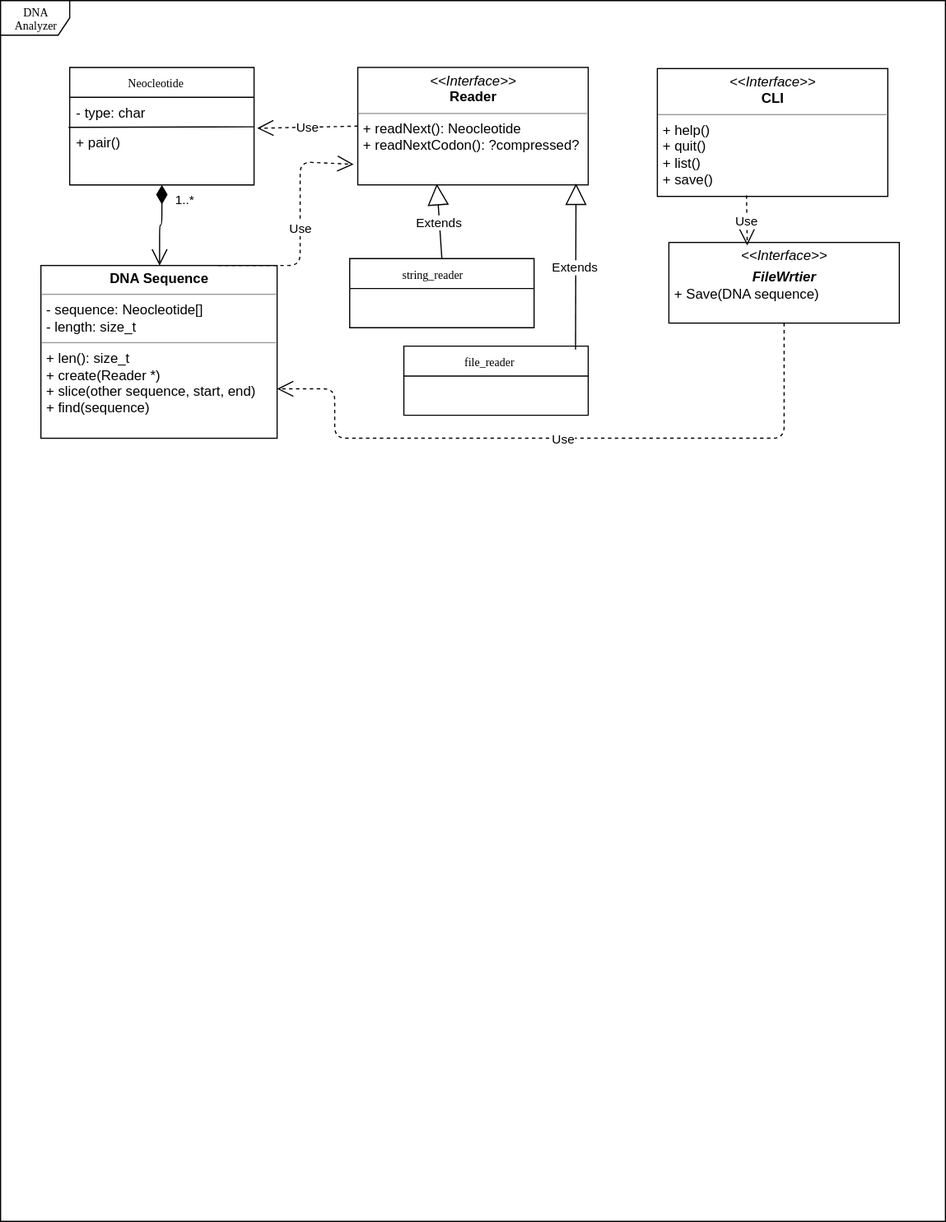
Earlier version of the draw.io export class Diagram.svg (darthc9/DNA_analyzer). Source tidied: cells renumbered, new cells last; positions are measured from the earlier drawing's top-left corner, leaving out a move shared by most shapes.
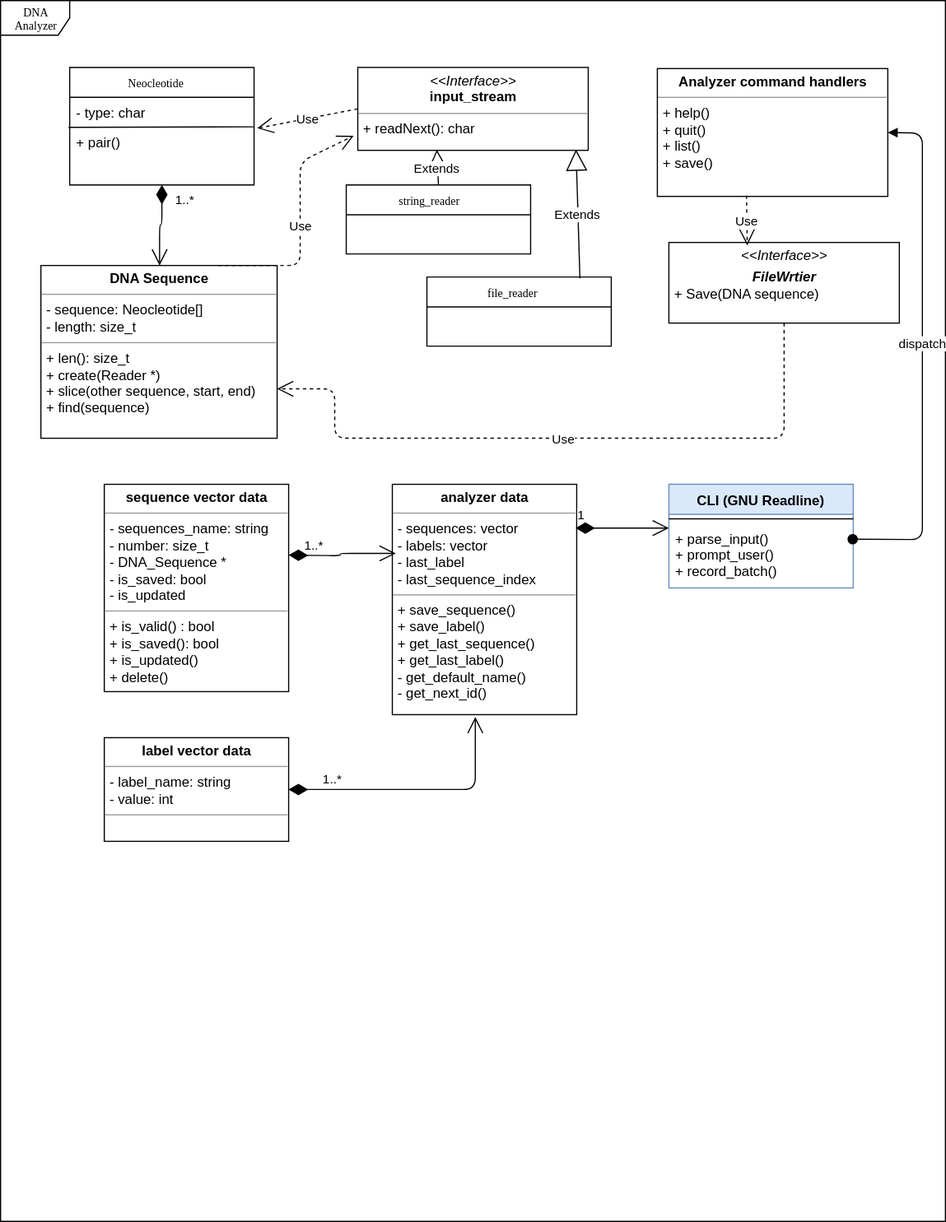
Above is the later version.

Diff of the diagram source:
```diff
@@ -19,13 +19,13 @@
         <mxPoint x="-1" y="52" as="sourcePoint" />
       </mxGeometry>
     </mxCell>
-    <mxCell id="7" value="&lt;p style=&quot;margin: 0px ; margin-top: 4px ; text-align: center&quot;&gt;&lt;i&gt;&amp;lt;&amp;lt;Interface&amp;gt;&amp;gt;&lt;/i&gt;&lt;br&gt;&lt;b&gt;R&lt;/b&gt;&lt;b&gt;eader&lt;/b&gt;&lt;/p&gt;&lt;hr size=&quot;1&quot;&gt;&lt;p style=&quot;margin: 0px ; margin-left: 4px&quot;&gt;+ readNext(): Neocleotide&lt;br&gt;+ readNextCodon(): ?compressed?&lt;/p&gt;" style="verticalAlign=top;align=left;overflow=fill;fontSize=12;fontFamily=Helvetica;html=1;rounded=0;shadow=0;comic=0;labelBackgroundColor=none;strokeColor=#000000;strokeWidth=1;fillColor=#ffffff;" parent="1" vertex="1">
-      <mxGeometry x="310" y="58" width="200" height="102" as="geometry" />
+    <mxCell id="7" value="&lt;p style=&quot;margin: 0px ; margin-top: 4px ; text-align: center&quot;&gt;&lt;i&gt;&amp;lt;&amp;lt;Interface&amp;gt;&amp;gt;&lt;/i&gt;&lt;br&gt;&lt;b&gt;input_stream&lt;/b&gt;&lt;/p&gt;&lt;hr size=&quot;1&quot;&gt;&lt;p style=&quot;margin: 0px ; margin-left: 4px&quot;&gt;+ readNext(): char&lt;br&gt;&lt;br&gt;&lt;/p&gt;" style="verticalAlign=top;align=left;overflow=fill;fontSize=12;fontFamily=Helvetica;html=1;rounded=0;shadow=0;comic=0;labelBackgroundColor=none;strokeColor=#000000;strokeWidth=1;fillColor=#ffffff;" parent="1" vertex="1">
+      <mxGeometry x="310" y="58" width="200" height="72" as="geometry" />
     </mxCell>
     <mxCell id="8" value="&lt;p style=&quot;margin: 0px ; margin-top: 4px ; text-align: center&quot;&gt;&lt;b&gt;DNA Sequence&lt;/b&gt;&lt;/p&gt;&lt;hr size=&quot;1&quot;&gt;&lt;p style=&quot;margin: 0px ; margin-left: 4px&quot;&gt;- sequence: Neocleotide[]&lt;br&gt;- length: size_t&lt;/p&gt;&lt;hr size=&quot;1&quot;&gt;&lt;p style=&quot;margin: 0px ; margin-left: 4px&quot;&gt;+ len(): size_t&lt;br&gt;+ create(Reader *)&lt;/p&gt;&lt;p style=&quot;margin: 0px ; margin-left: 4px&quot;&gt;+ slice(other sequence, start, end)&amp;nbsp;&lt;/p&gt;&lt;p style=&quot;margin: 0px ; margin-left: 4px&quot;&gt;+ find(sequence)&lt;/p&gt;" style="verticalAlign=top;align=left;overflow=fill;fontSize=12;fontFamily=Helvetica;html=1;rounded=0;shadow=0;comic=0;labelBackgroundColor=none;strokeColor=#000000;strokeWidth=1;fillColor=#ffffff;" parent="1" vertex="1">
       <mxGeometry x="35" y="230" width="205" height="150" as="geometry" />
     </mxCell>
-    <mxCell id="9" style="edgeStyle=orthogonalEdgeStyle;rounded=0;html=1;dashed=1;labelBackgroundColor=none;startFill=0;endArrow=open;endFill=0;endSize=10;fontFamily=Verdana;fontSize=10;" parent="1" edge="1" target="x">
+    <mxCell id="9" style="edgeStyle=orthogonalEdgeStyle;rounded=0;html=1;dashed=1;labelBackgroundColor=none;startFill=0;endArrow=open;endFill=0;endSize=10;fontFamily=Verdana;fontSize=10;" parent="1" edge="1">
       <mxGeometry relative="1" as="geometry">
         <mxPoint x="620" y="280" as="sourcePoint" />
       </mxGeometry>
@@ -47,20 +47,18 @@
       </mxGeometry>
     </mxCell>
     <mxCell id="13" value="string_reader" style="swimlane;html=1;fontStyle=0;horizontal=1;startSize=26;fillColor=none;swimlaneFillColor=#ffffff;rounded=0;shadow=0;comic=0;labelBackgroundColor=none;strokeColor=#000000;strokeWidth=1;fontFamily=Verdana;fontSize=10;fontColor=#000000;align=center;" parent="1" vertex="1">
-      <mxGeometry x="303" y="224" width="160" height="60" as="geometry" />
+      <mxGeometry x="300" y="160" width="160" height="60" as="geometry" />
     </mxCell>
     <mxCell id="14" value="Extends" style="endArrow=block;endSize=16;endFill=0;html=1;entryX=0.343;entryY=0.992;entryDx=0;entryDy=0;entryPerimeter=0;exitX=0.5;exitY=0;exitDx=0;exitDy=0;" parent="1" edge="1" source="13" target="7">
       <mxGeometry relative="1" as="geometry" />
     </mxCell>
     <mxCell id="15" value="file_reader" style="swimlane;html=1;fontStyle=0;horizontal=1;startSize=26;fillColor=none;swimlaneFillColor=#ffffff;rounded=0;shadow=0;comic=0;labelBackgroundColor=none;strokeColor=#000000;strokeWidth=1;fontFamily=Verdana;fontSize=10;fontColor=#000000;align=center;" parent="1" vertex="1">
-      <mxGeometry x="350" y="300" width="160" height="60" as="geometry" />
+      <mxGeometry x="370" y="240" width="160" height="60" as="geometry" />
     </mxCell>
-    <mxCell id="16" value="Extends" style="endArrow=block;endSize=16;endFill=0;html=1;entryX=0.947;entryY=0.989;entryDx=0;entryDy=0;entryPerimeter=0;" parent="1" edge="1" target="7">
-      <mxGeometry relative="1" as="geometry">
-        <mxPoint x="499" y="303" as="sourcePoint" />
-      </mxGeometry>
+    <mxCell id="16" value="Extends" style="endArrow=block;endSize=16;endFill=0;html=1;entryX=0.947;entryY=0.989;entryDx=0;entryDy=0;entryPerimeter=0;exitX=0.83;exitY=0.02;exitDx=0;exitDy=0;exitPerimeter=0;" parent="1" edge="1" source="15" target="7">
+      <mxGeometry relative="1" as="geometry" />
     </mxCell>
-    <mxCell id="17" value="&lt;p style=&quot;margin: 0px ; margin-top: 4px ; text-align: center&quot;&gt;&lt;i&gt;&amp;lt;&amp;lt;Interface&amp;gt;&amp;gt;&lt;/i&gt;&lt;br&gt;&lt;b&gt;CLI&lt;/b&gt;&lt;/p&gt;&lt;hr size=&quot;1&quot;&gt;&lt;p style=&quot;margin: 0px ; margin-left: 4px&quot;&gt;+ help()&lt;br&gt;+ quit()&lt;/p&gt;&lt;p style=&quot;margin: 0px ; margin-left: 4px&quot;&gt;+ list()&lt;/p&gt;&lt;p style=&quot;margin: 0px ; margin-left: 4px&quot;&gt;+ save()&lt;/p&gt;" style="verticalAlign=top;align=left;overflow=fill;fontSize=12;fontFamily=Helvetica;html=1;rounded=0;shadow=0;comic=0;labelBackgroundColor=none;strokeColor=#000000;strokeWidth=1;fillColor=#ffffff;" parent="1" vertex="1">
+    <mxCell id="17" value="&lt;p style=&quot;margin: 0px ; margin-top: 4px ; text-align: center&quot;&gt;&lt;b&gt;Analyzer command handlers&lt;/b&gt;&lt;/p&gt;&lt;hr size=&quot;1&quot;&gt;&lt;p style=&quot;margin: 0px ; margin-left: 4px&quot;&gt;+ help()&lt;br&gt;+ quit()&lt;/p&gt;&lt;p style=&quot;margin: 0px ; margin-left: 4px&quot;&gt;+ list()&lt;/p&gt;&lt;p style=&quot;margin: 0px ; margin-left: 4px&quot;&gt;+ save()&lt;/p&gt;" style="verticalAlign=top;align=left;overflow=fill;fontSize=12;fontFamily=Helvetica;html=1;rounded=0;shadow=0;comic=0;labelBackgroundColor=none;strokeColor=#000000;strokeWidth=1;fillColor=#ffffff;" parent="1" vertex="1">
       <mxGeometry x="570" y="59" width="200" height="111" as="geometry" />
     </mxCell>
     <mxCell id="18" value="&lt;p style=&quot;margin: 0px ; margin-top: 4px ; text-align: center&quot;&gt;&lt;i&gt;&amp;lt;&amp;lt;Interface&amp;gt;&amp;gt;&lt;/i&gt;&lt;br&gt;&lt;/p&gt;&lt;p style=&quot;margin: 0px ; margin-top: 4px ; text-align: center&quot;&gt;&lt;i&gt;&lt;b&gt;FileWrtier&lt;/b&gt;&lt;/i&gt;&lt;/p&gt;&lt;p style=&quot;margin: 0px ; margin-left: 4px&quot;&gt;+ Save(DNA sequence)&lt;br&gt;&lt;/p&gt;" style="verticalAlign=top;align=left;overflow=fill;fontSize=12;fontFamily=Helvetica;html=1;rounded=0;shadow=0;comic=0;labelBackgroundColor=none;strokeColor=#000000;strokeWidth=1;fillColor=#ffffff;" parent="1" vertex="1">
@@ -78,5 +76,47 @@
         </Array>
       </mxGeometry>
     </mxCell>
+    <mxCell id="21" value="CLI (GNU Readline)" style="swimlane;fontStyle=1;align=center;verticalAlign=top;horizontal=1;startSize=26;fillColor=#dae8fc;strokeColor=#6c8ebf;" parent="1" vertex="1">
+      <mxGeometry x="580" y="420" width="160" height="90" as="geometry" />
+    </mxCell>
+    <mxCell id="22" style="line;strokeWidth=1;fillColor=none;align=left;verticalAlign=middle;spacingTop=-1;spacingLeft=3;spacingRight=3;labelPosition=right;" parent="21" vertex="1">
+      <mxGeometry y="26" width="160" height="8" as="geometry" />
+    </mxCell>
+    <mxCell id="23" value="+ parse_input()&#10;+ prompt_user()&#10;+ record_batch()" style="text;strokeColor=none;fillColor=none;align=left;verticalAlign=top;spacingLeft=4;spacingRight=4;overflow=hidden;points=[[0,0.5],[1,0.5]];portConstraint=eastwest;" parent="21" vertex="1">
+      <mxGeometry y="34" width="160" height="56" as="geometry" />
+    </mxCell>
+    <mxCell id="24" value="dispatch" style="html=1;verticalAlign=bottom;startArrow=oval;startFill=1;endArrow=block;startSize=8;exitX=0.997;exitY=0.243;exitDx=0;exitDy=0;exitPerimeter=0;entryX=1;entryY=0.5;entryDx=0;entryDy=0;" parent="1" edge="1" source="23" target="17">
+      <mxGeometry relative="1" as="geometry">
+        <Array as="points">
+          <mxPoint x="800" y="468" />
+          <mxPoint x="800" y="115" />
+        </Array>
+      </mxGeometry>
+    </mxCell>
+    <mxCell id="25" value="&lt;p style=&quot;margin: 0px ; margin-top: 4px ; text-align: center&quot;&gt;&lt;b&gt;analyzer data&lt;/b&gt;&lt;/p&gt;&lt;hr size=&quot;1&quot;&gt;&lt;p style=&quot;margin: 0px ; margin-left: 4px&quot;&gt;- sequences: vector&lt;/p&gt;&lt;p style=&quot;margin: 0px ; margin-left: 4px&quot;&gt;- labels: vector&lt;/p&gt;&lt;p style=&quot;margin: 0px ; margin-left: 4px&quot;&gt;- last_label&lt;/p&gt;&lt;p style=&quot;margin: 0px ; margin-left: 4px&quot;&gt;- last_sequence_index&lt;/p&gt;&lt;hr size=&quot;1&quot;&gt;&lt;p style=&quot;margin: 0px ; margin-left: 4px&quot;&gt;+ save_sequence()&lt;/p&gt;&lt;p style=&quot;margin: 0px ; margin-left: 4px&quot;&gt;+ save_label()&lt;/p&gt;&lt;p style=&quot;margin: 0px ; margin-left: 4px&quot;&gt;+ get_last_sequence()&lt;/p&gt;&lt;p style=&quot;margin: 0px ; margin-left: 4px&quot;&gt;+ get_last_label()&lt;/p&gt;&lt;p style=&quot;margin: 0px ; margin-left: 4px&quot;&gt;- get_default_name()&lt;/p&gt;&lt;p style=&quot;margin: 0px ; margin-left: 4px&quot;&gt;- get_next_id()&lt;/p&gt;&lt;p style=&quot;margin: 0px ; margin-left: 4px&quot;&gt;&lt;br&gt;&lt;/p&gt;" style="verticalAlign=top;align=left;overflow=fill;fontSize=12;fontFamily=Helvetica;html=1;" parent="1" vertex="1">
+      <mxGeometry x="340" y="420" width="160" height="200" as="geometry" />
+    </mxCell>
+    <mxCell id="26" value="1" style="endArrow=open;html=1;endSize=12;startArrow=diamondThin;startSize=14;startFill=1;edgeStyle=orthogonalEdgeStyle;align=left;verticalAlign=bottom;exitX=0.992;exitY=0.19;exitDx=0;exitDy=0;exitPerimeter=0;" parent="1" edge="1" source="25">
+      <mxGeometry x="-1" y="3" relative="1" as="geometry">
+        <mxPoint x="580" y="458" as="targetPoint" />
+      </mxGeometry>
+    </mxCell>
+    <mxCell id="27" value="&lt;p style=&quot;margin: 0px ; margin-top: 4px ; text-align: center&quot;&gt;&lt;b&gt;sequence vector data&lt;/b&gt;&lt;/p&gt;&lt;hr size=&quot;1&quot;&gt;&lt;p style=&quot;margin: 0px ; margin-left: 4px&quot;&gt;- sequences_name: string&lt;/p&gt;&lt;p style=&quot;margin: 0px ; margin-left: 4px&quot;&gt;- number: size_t&lt;/p&gt;&lt;p style=&quot;margin: 0px ; margin-left: 4px&quot;&gt;- DNA_Sequence *&lt;/p&gt;&lt;p style=&quot;margin: 0px ; margin-left: 4px&quot;&gt;- is_saved: bool&lt;/p&gt;&lt;p style=&quot;margin: 0px ; margin-left: 4px&quot;&gt;- is_updated&lt;/p&gt;&lt;hr size=&quot;1&quot;&gt;&lt;p style=&quot;margin: 0px ; margin-left: 4px&quot;&gt;+ is_valid() : bool&lt;/p&gt;&lt;p style=&quot;margin: 0px ; margin-left: 4px&quot;&gt;+ is_saved(): bool&lt;/p&gt;&lt;p style=&quot;margin: 0px ; margin-left: 4px&quot;&gt;+ is_updated()&lt;/p&gt;&lt;p style=&quot;margin: 0px ; margin-left: 4px&quot;&gt;+ delete()&lt;/p&gt;&lt;p style=&quot;margin: 0px ; margin-left: 4px&quot;&gt;&lt;br&gt;&lt;/p&gt;&lt;p style=&quot;margin: 0px ; margin-left: 4px&quot;&gt;&lt;br&gt;&lt;/p&gt;" style="verticalAlign=top;align=left;overflow=fill;fontSize=12;fontFamily=Helvetica;html=1;" parent="1" vertex="1">
+      <mxGeometry x="90" y="420" width="160" height="180" as="geometry" />
+    </mxCell>
+    <mxCell id="28" value="1..*" style="endArrow=open;html=1;endSize=12;startArrow=diamondThin;startSize=14;startFill=1;edgeStyle=orthogonalEdgeStyle;align=left;verticalAlign=bottom;exitX=0.992;exitY=0.19;exitDx=0;exitDy=0;exitPerimeter=0;entryX=0.017;entryY=0.302;entryDx=0;entryDy=0;entryPerimeter=0;" parent="1" edge="1" target="25">
+      <mxGeometry x="-0.75" y="2" relative="1" as="geometry">
+        <mxPoint x="250" y="481.5" as="sourcePoint" />
+        <mxPoint y="1" as="offset" />
+      </mxGeometry>
+    </mxCell>
+    <mxCell id="29" value="&lt;p style=&quot;margin: 0px ; margin-top: 4px ; text-align: center&quot;&gt;&lt;b&gt;label vector data&lt;/b&gt;&lt;/p&gt;&lt;hr size=&quot;1&quot;&gt;&lt;p style=&quot;margin: 0px ; margin-left: 4px&quot;&gt;- label_name: string&lt;/p&gt;&lt;p style=&quot;margin: 0px ; margin-left: 4px&quot;&gt;- value: int&lt;/p&gt;&lt;hr size=&quot;1&quot;&gt;&lt;p style=&quot;margin: 0px ; margin-left: 4px&quot;&gt;&lt;br&gt;&lt;/p&gt;&lt;p style=&quot;margin: 0px ; margin-left: 4px&quot;&gt;&lt;br&gt;&lt;/p&gt;" style="verticalAlign=top;align=left;overflow=fill;fontSize=12;fontFamily=Helvetica;html=1;" parent="1" vertex="1">
+      <mxGeometry x="90" y="640" width="160" height="90" as="geometry" />
+    </mxCell>
+    <mxCell id="30" value="1..*" style="endArrow=open;html=1;endSize=12;startArrow=diamondThin;startSize=14;startFill=1;edgeStyle=orthogonalEdgeStyle;align=left;verticalAlign=bottom;exitX=1;exitY=0.5;exitDx=0;exitDy=0;entryX=0.452;entryY=1.01;entryDx=0;entryDy=0;entryPerimeter=0;" parent="1" edge="1" source="29" target="25">
+      <mxGeometry x="-0.75" y="2" relative="1" as="geometry">
+        <mxPoint y="1" as="offset" />
+      </mxGeometry>
+    </mxCell>
   </root>
 </mxGraphModel>
```
